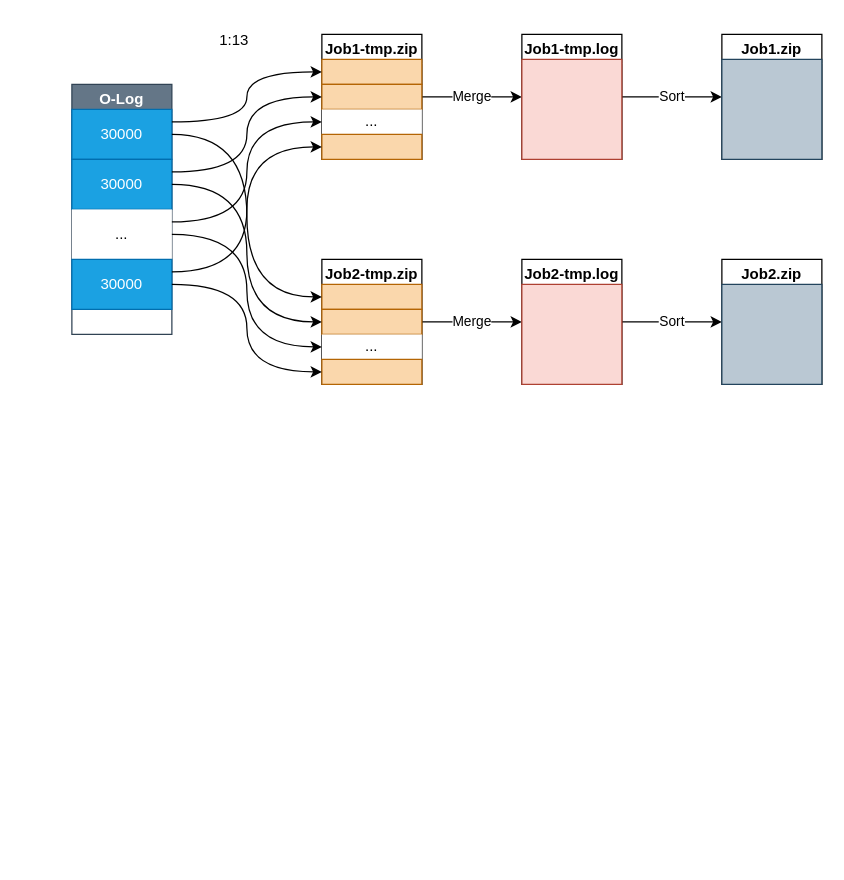
Above: page "Page-7" (7 of 8) of st/Log.drawio in gaivin/drawio (draw.io), before the change. Source tidied: cells renumbered, new cells numbered last; positions are measured from the earlier drawing's top-left corner, leaving out a move shared by most shapes. Both pictures are drawn from the tidied source at 125%, with x=0, y=0 at pixel (71, 21).
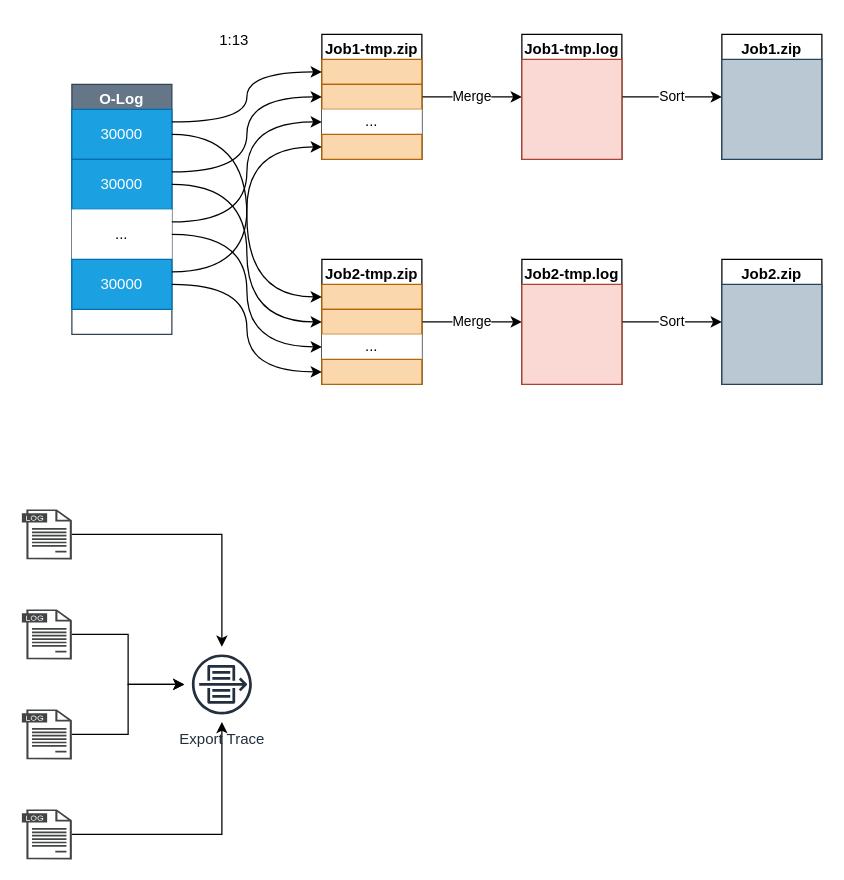
Above is the later version.

Change to the diagram source:
```diff
@@
+    <mxCell id="38" style="edgeStyle=orthogonalEdgeStyle;rounded=0;jettySize=auto;html=1;" parent="1" edge="1" source="39" target="46">
+      <mxGeometry relative="1" as="geometry" />
+    </mxCell>
+    <mxCell id="39" style="sketch=0;shadow=0;dashed=0;html=1;strokeColor=none;fillColor=#434445;labelPosition=center;verticalLabelPosition=bottom;verticalAlign=top;align=center;outlineConnect=0;shape=mxgraph.vvd.log_files;" parent="1" vertex="1">
+      <mxGeometry x="-40" y="390" width="40" height="40" as="geometry" />
+    </mxCell>
+    <mxCell id="40" style="edgeStyle=orthogonalEdgeStyle;rounded=0;jettySize=auto;html=1;" parent="1" edge="1" source="41" target="46">
+      <mxGeometry relative="1" as="geometry" />
+    </mxCell>
+    <mxCell id="41" style="sketch=0;shadow=0;dashed=0;html=1;strokeColor=none;fillColor=#434445;labelPosition=center;verticalLabelPosition=bottom;verticalAlign=top;align=center;outlineConnect=0;shape=mxgraph.vvd.log_files;" parent="1" vertex="1">
+      <mxGeometry x="-40" y="470" width="40" height="40" as="geometry" />
+    </mxCell>
+    <mxCell id="42" style="edgeStyle=orthogonalEdgeStyle;rounded=0;jettySize=auto;html=1;" parent="1" edge="1" source="43" target="46">
+      <mxGeometry relative="1" as="geometry" />
+    </mxCell>
+    <mxCell id="43" style="sketch=0;shadow=0;dashed=0;html=1;strokeColor=none;fillColor=#434445;labelPosition=center;verticalLabelPosition=bottom;verticalAlign=top;align=center;outlineConnect=0;shape=mxgraph.vvd.log_files;" parent="1" vertex="1">
+      <mxGeometry x="-40" y="550" width="40" height="40" as="geometry" />
+    </mxCell>
+    <mxCell id="44" style="edgeStyle=orthogonalEdgeStyle;rounded=0;jettySize=auto;html=1;" parent="1" edge="1" source="45" target="46">
+      <mxGeometry relative="1" as="geometry" />
+    </mxCell>
+    <mxCell id="45" style="sketch=0;shadow=0;dashed=0;html=1;strokeColor=none;fillColor=#434445;labelPosition=center;verticalLabelPosition=bottom;verticalAlign=top;align=center;outlineConnect=0;shape=mxgraph.vvd.log_files;" parent="1" vertex="1">
+      <mxGeometry x="-40" y="630" width="40" height="40" as="geometry" />
+    </mxCell>
+    <mxCell id="46" value="Export Trace" style="sketch=0;outlineConnect=0;fontColor=#232F3E;gradientColor=none;strokeColor=#232F3E;fillColor=#ffffff;dashed=0;verticalLabelPosition=bottom;verticalAlign=top;align=center;html=1;fontSize=12;fontStyle=0;shape=mxgraph.aws4.resourceIcon;resIcon=mxgraph.aws4.flow_logs;" parent="1" vertex="1">
+      <mxGeometry x="90" y="500" width="60" height="60" as="geometry" />
+    </mxCell>
```
